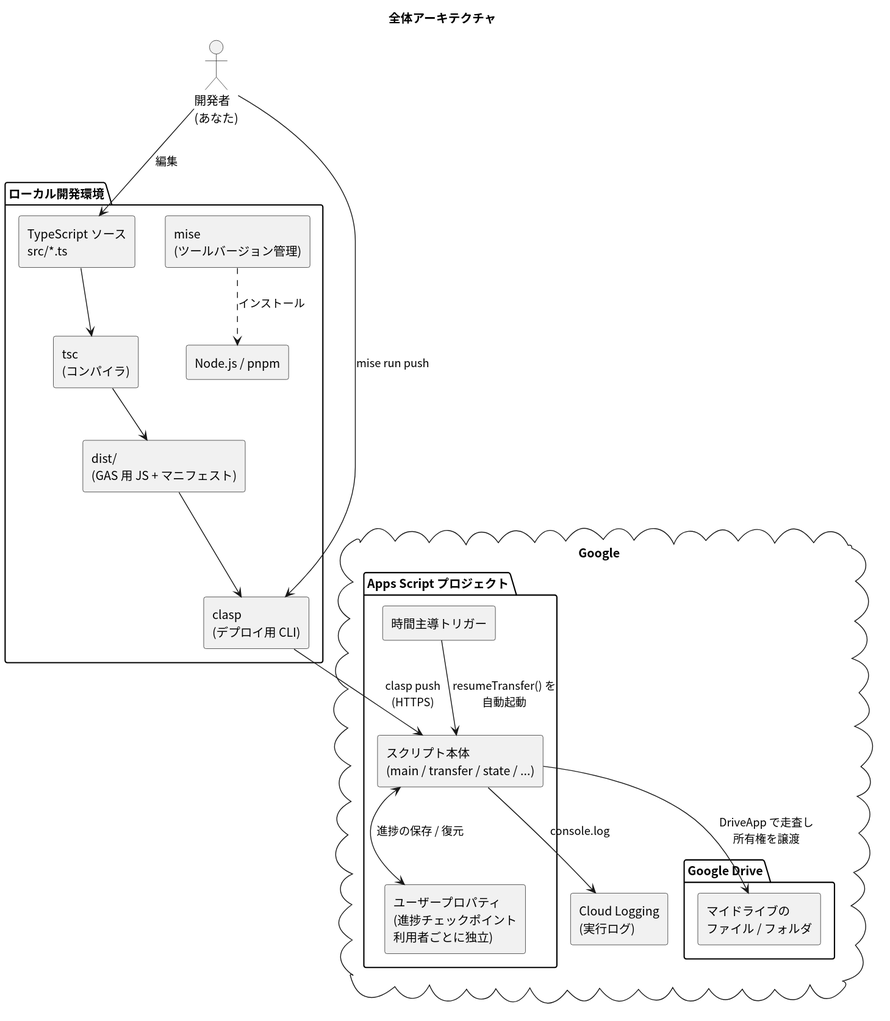
The PlantUML diagram gas-drive-ownership-transfer-2026-07-11/docs/textbook/images/01_architecture.svg in pollenjp-org/sandbox, before a commit.
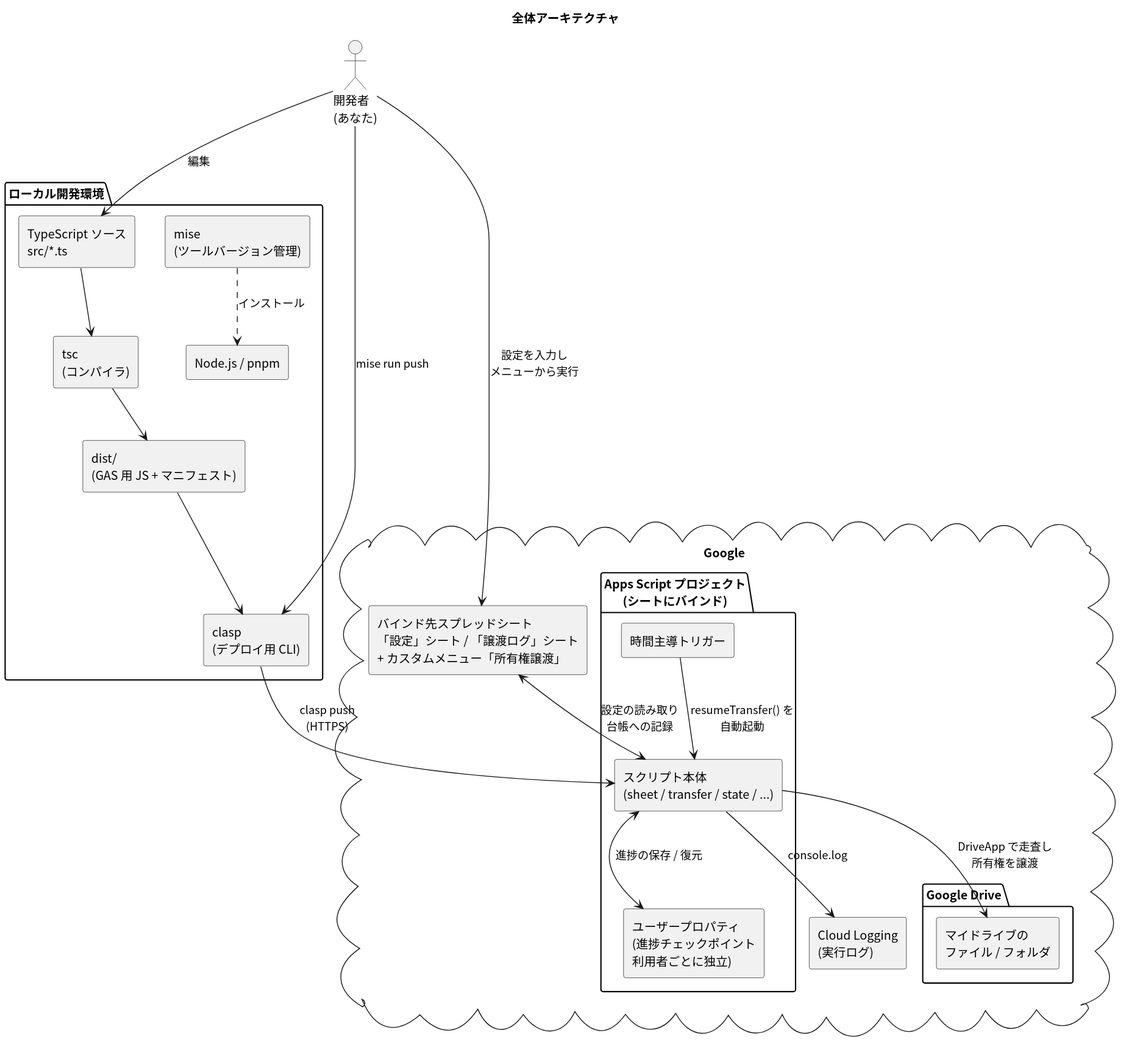
The same diagram one commit later.

Diff of the diagram source:
```diff
@@ -21,8 +21,9 @@
 }
 
 cloud "Google" {
-  package "Apps Script プロジェクト" {
-    component "スクリプト本体\n(main / transfer / state / ...)" as gas
+  component "バインド先スプレッドシート\n「設定」シート / 「譲渡ログ」シート\n+ カスタムメニュー「所有権譲渡」" as sheet
+  package "Apps Script プロジェクト\n(シートにバインド)" {
+    component "スクリプト本体\n(sheet / transfer / state / ...)" as gas
     component "時間主導トリガー" as trigger
     component "ユーザープロパティ\n(進捗チェックポイント\n利用者ごとに独立)" as props
   }
@@ -34,7 +35,9 @@
 
 dev --> src : 編集
 dev --> clasp : mise run push
+dev --> sheet : 設定を入力し\nメニューから実行
 clasp --> gas : clasp push\n(HTTPS)
+sheet <--> gas : 設定の読み取り\n台帳への記録
 gas --> drive : DriveApp で走査し\n所有権を譲渡
 gas <--> props : 進捗の保存 / 復元
 trigger --> gas : resumeTransfer() を\n自動起動
```
